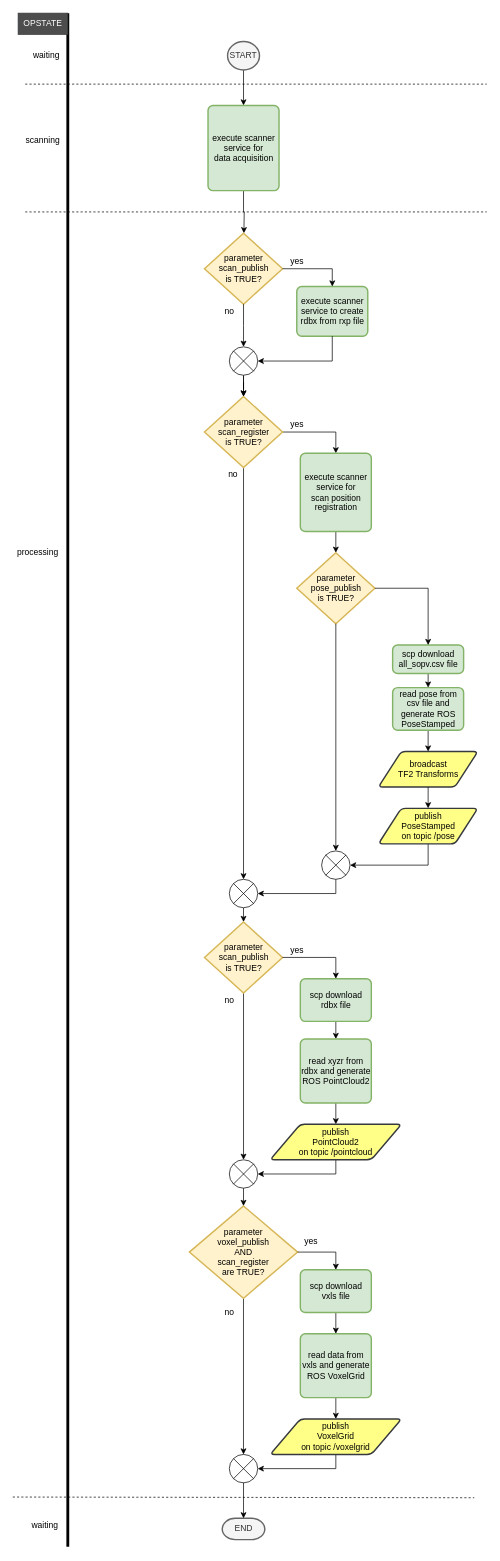
Earlier version of the draw.io diagram riegl_vz/img/scan.drawio (riegllms/ros-riegl-vz). Source tidied: cells renumbered, new cells numbered last; positions are measured from the earlier drawing's top-left corner, leaving out a move shared by most shapes. Both pictures are drawn from the tidied source at 71%, with x=0, y=0 at pixel (12, 13).
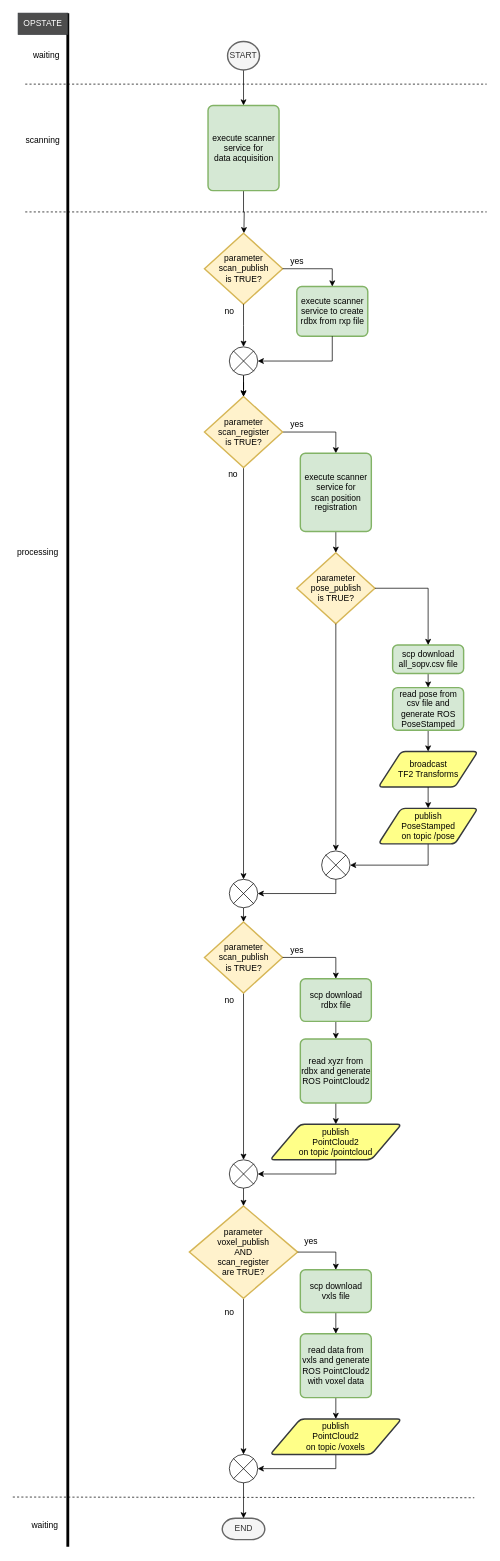
The same diagram, later.

Commit message (it also covers changes not shown here):
Replace VoxelGrid by PointCloud2.

Diff of the diagram source:
```diff
@@
-    <mxCell id="66" value="&lt;div&gt;read data from vxls and generate&lt;br&gt;&lt;/div&gt;&lt;div&gt;ROS VoxelGrid&lt;br&gt;&lt;/div&gt;" style="rounded=1;whiteSpace=wrap;html=1;absoluteArcSize=1;arcSize=14;strokeWidth=2;fillColor=#d5e8d4;strokeColor=#82b366;" parent="1" vertex="1">
+    <mxCell id="66" value="&lt;div&gt;read data from vxls and generate&lt;br&gt;&lt;/div&gt;&lt;div&gt;ROS PointCloud2&lt;/div&gt;&lt;div&gt;with voxel data&lt;br&gt;&lt;/div&gt;" style="rounded=1;whiteSpace=wrap;html=1;absoluteArcSize=1;arcSize=14;strokeWidth=2;fillColor=#d5e8d4;strokeColor=#82b366;" parent="1" vertex="1">
       <mxGeometry x="405.5" y="1860" width="100" height="90" as="geometry" />
     </mxCell>
@@
-    <mxCell id="69" value="&lt;div&gt;publish&lt;/div&gt;&lt;div&gt;VoxelGrid&lt;/div&gt;&lt;div&gt;on topic /voxelgrid&lt;br&gt;&lt;/div&gt;" style="shape=parallelogram;html=1;strokeWidth=2;perimeter=parallelogramPerimeter;whiteSpace=wrap;rounded=1;arcSize=12;size=0.23;fillColor=#ffff88;strokeColor=#36393d;" parent="1" vertex="1">
+    <mxCell id="69" value="&lt;div&gt;publish&lt;/div&gt;&lt;div&gt;PointCloud2&lt;/div&gt;&lt;div&gt;on topic /voxels&lt;br&gt;&lt;/div&gt;" style="shape=parallelogram;html=1;strokeWidth=2;perimeter=parallelogramPerimeter;whiteSpace=wrap;rounded=1;arcSize=12;size=0.23;fillColor=#ffff88;strokeColor=#36393d;" parent="1" vertex="1">
       <mxGeometry x="363" y="1980" width="185" height="50" as="geometry" />
     </mxCell>
```
